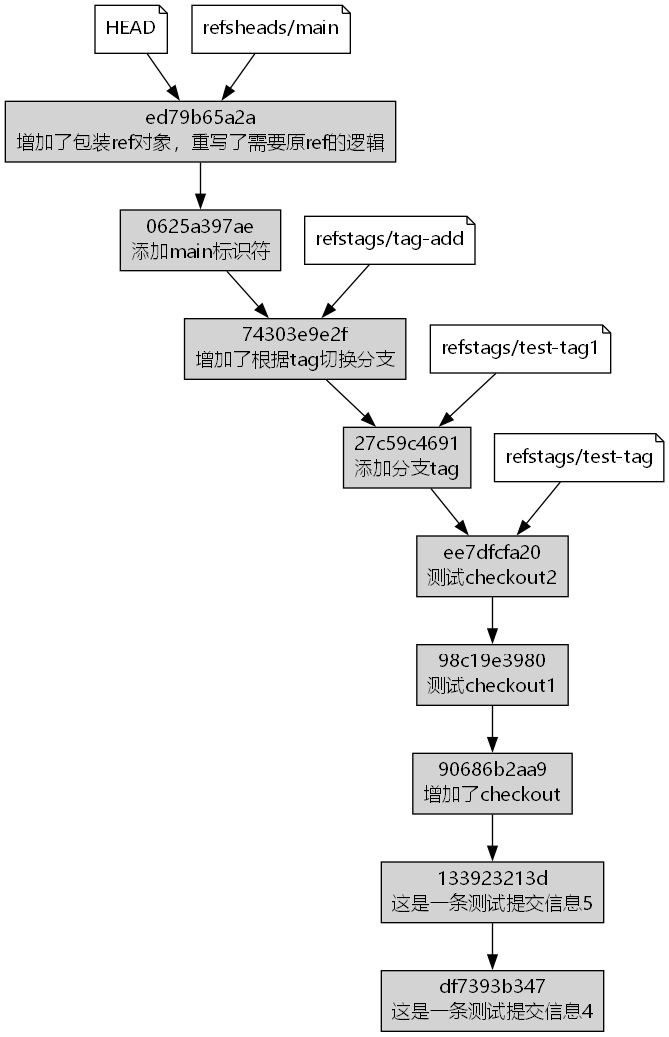
Above: graph.png in ZLaoShi/ugit (Graphviz), before the change. Its source is kept beside it as graph.dot. Its diagram source:
```dot
digraph commits {
    graph [fontname="Microsoft YaHei"];
    node [fontname="Microsoft YaHei"];
    edge [fontname="Microsoft YaHei"];
"HEAD" [shape=note]
"HEAD" -> "ed79b65a2a7f735639fffa090b74803dd0ff0155"
"refs\heads/main" [shape=note]
"refs\heads/main" -> "ed79b65a2a7f735639fffa090b74803dd0ff0155"
"refs\tags/tag-add" [shape=note]
"refs\tags/tag-add" -> "74303e9e2f50ee066a7eae99e1e4a0fbecca150a"
"refs\tags/test-tag" [shape=note]
"refs\tags/test-tag" -> "ee7dfcfa2006967df7b4d5b1092cb46d33919e38"
"refs\tags/test-tag1" [shape=note]
"refs\tags/test-tag1" -> "27c59c4691cce27beedad6747191a58f078ec5e6"
"ed79b65a2a7f735639fffa090b74803dd0ff0155" [shape=box style=filled label="ed79b65a2a
增加了包装ref对象，重写了需要原ref的逻辑"]
"ed79b65a2a7f735639fffa090b74803dd0ff0155" -> "0625a397aeefc117401a402b3848126f5710cd24"
"0625a397aeefc117401a402b3848126f5710cd24" [shape=box style=filled label="0625a397ae
添加main标识符"]
"0625a397aeefc117401a402b3848126f5710cd24" -> "74303e9e2f50ee066a7eae99e1e4a0fbecca150a"
"74303e9e2f50ee066a7eae99e1e4a0fbecca150a" [shape=box style=filled label="74303e9e2f
增加了根据tag切换分支"]
"74303e9e2f50ee066a7eae99e1e4a0fbecca150a" -> "27c59c4691cce27beedad6747191a58f078ec5e6"
"27c59c4691cce27beedad6747191a58f078ec5e6" [shape=box style=filled label="27c59c4691
添加分支tag"]
"27c59c4691cce27beedad6747191a58f078ec5e6" -> "ee7dfcfa2006967df7b4d5b1092cb46d33919e38"
"ee7dfcfa2006967df7b4d5b1092cb46d33919e38" [shape=box style=filled label="ee7dfcfa20
测试checkout2"]
"ee7dfcfa2006967df7b4d5b1092cb46d33919e38" -> "98c19e3980ec0b493b19f1af87f028c25fd93b3a"
"98c19e3980ec0b493b19f1af87f028c25fd93b3a" [shape=box style=filled label="98c19e3980
测试checkout1"]
"98c19e3980ec0b493b19f1af87f028c25fd93b3a" -> "90686b2aa9b6d5c972ab09086dcf1bc644370ccd"
"90686b2aa9b6d5c972ab09086dcf1bc644370ccd" [shape=box style=filled label="90686b2aa9
增加了checkout"]
"90686b2aa9b6d5c972ab09086dcf1bc644370ccd" -> "133923213dbc50e0476aceadfc15823d6cc1a431"
"133923213dbc50e0476aceadfc15823d6cc1a431" [shape=box style=filled label="133923213d
这是一条测试提交信息5"]
"133923213dbc50e0476aceadfc15823d6cc1a431" -> "df7393b3474aa723efaaf39c94f7304057dbeca6"
"df7393b3474aa723efaaf39c94f7304057dbeca6" [shape=box style=filled label="df7393b347
这是一条测试提交信息4"]
}
```
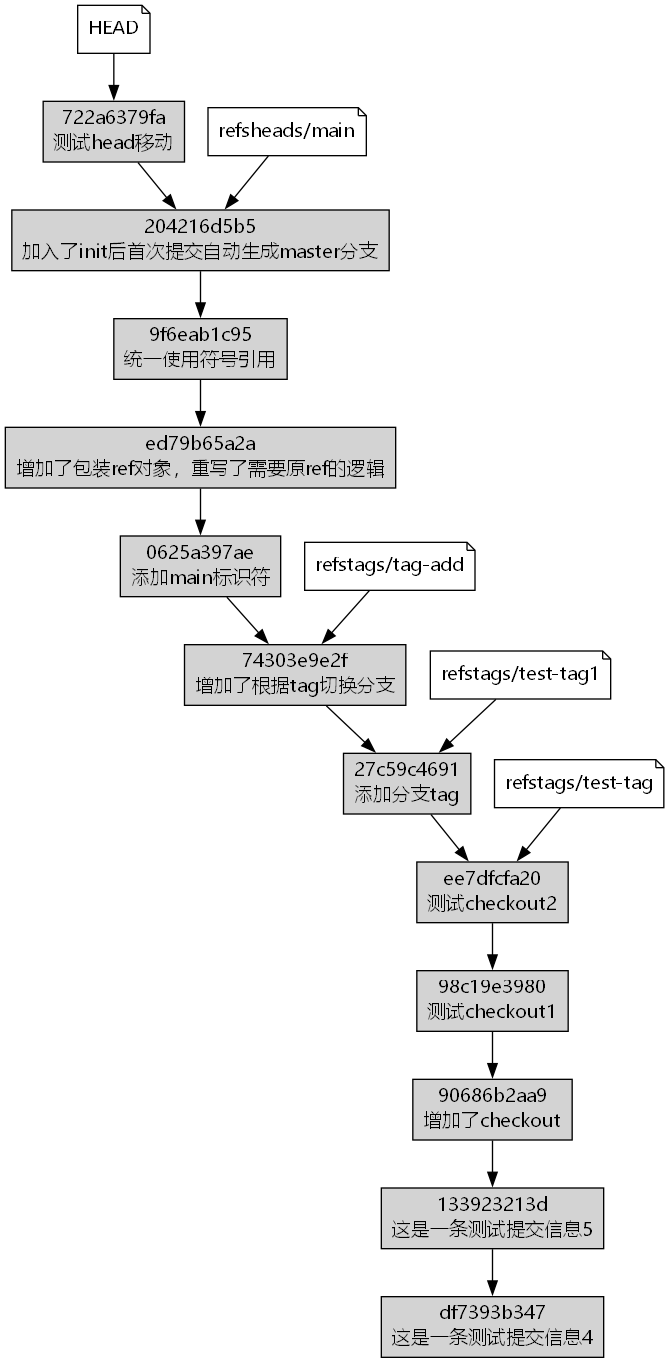
Later version of the same file.

The edit, as a diff of the source:
```diff
@@ -3,15 +3,21 @@
     node [fontname="Microsoft YaHei"];
     edge [fontname="Microsoft YaHei"];
 "HEAD" [shape=note]
-"HEAD" -> "ed79b65a2a7f735639fffa090b74803dd0ff0155"
+"HEAD" -> "722a6379fa9a878d13361c9f6940bbd71c73e8e3"
 "refs\heads/main" [shape=note]
-"refs\heads/main" -> "ed79b65a2a7f735639fffa090b74803dd0ff0155"
+"refs\heads/main" -> "204216d5b54da24a706520c9e1f16d5590360a94"
 "refs\tags/tag-add" [shape=note]
 "refs\tags/tag-add" -> "74303e9e2f50ee066a7eae99e1e4a0fbecca150a"
 "refs\tags/test-tag" [shape=note]
 "refs\tags/test-tag" -> "ee7dfcfa2006967df7b4d5b1092cb46d33919e38"
 "refs\tags/test-tag1" [shape=note]
 "refs\tags/test-tag1" -> "27c59c4691cce27beedad6747191a58f078ec5e6"
+"204216d5b54da24a706520c9e1f16d5590360a94" [shape=box style=filled label="204216d5b5
+加入了init后首次提交自动生成master分支"]
+"204216d5b54da24a706520c9e1f16d5590360a94" -> "9f6eab1c952b2c271ef907528e1022d09c3804c7"
+"9f6eab1c952b2c271ef907528e1022d09c3804c7" [shape=box style=filled label="9f6eab1c95
+统一使用符号引用"]
+"9f6eab1c952b2c271ef907528e1022d09c3804c7" -> "ed79b65a2a7f735639fffa090b74803dd0ff0155"
 "ed79b65a2a7f735639fffa090b74803dd0ff0155" [shape=box style=filled label="ed79b65a2a
 增加了包装ref对象，重写了需要原ref的逻辑"]
 "ed79b65a2a7f735639fffa090b74803dd0ff0155" -> "0625a397aeefc117401a402b3848126f5710cd24"
@@ -38,4 +44,7 @@
 "133923213dbc50e0476aceadfc15823d6cc1a431" -> "df7393b3474aa723efaaf39c94f7304057dbeca6"
 "df7393b3474aa723efaaf39c94f7304057dbeca6" [shape=box style=filled label="df7393b347
 这是一条测试提交信息4"]
+"722a6379fa9a878d13361c9f6940bbd71c73e8e3" [shape=box style=filled label="722a6379fa
+测试head移动"]
+"722a6379fa9a878d13361c9f6940bbd71c73e8e3" -> "204216d5b54da24a706520c9e1f16d5590360a94"
 }
```
